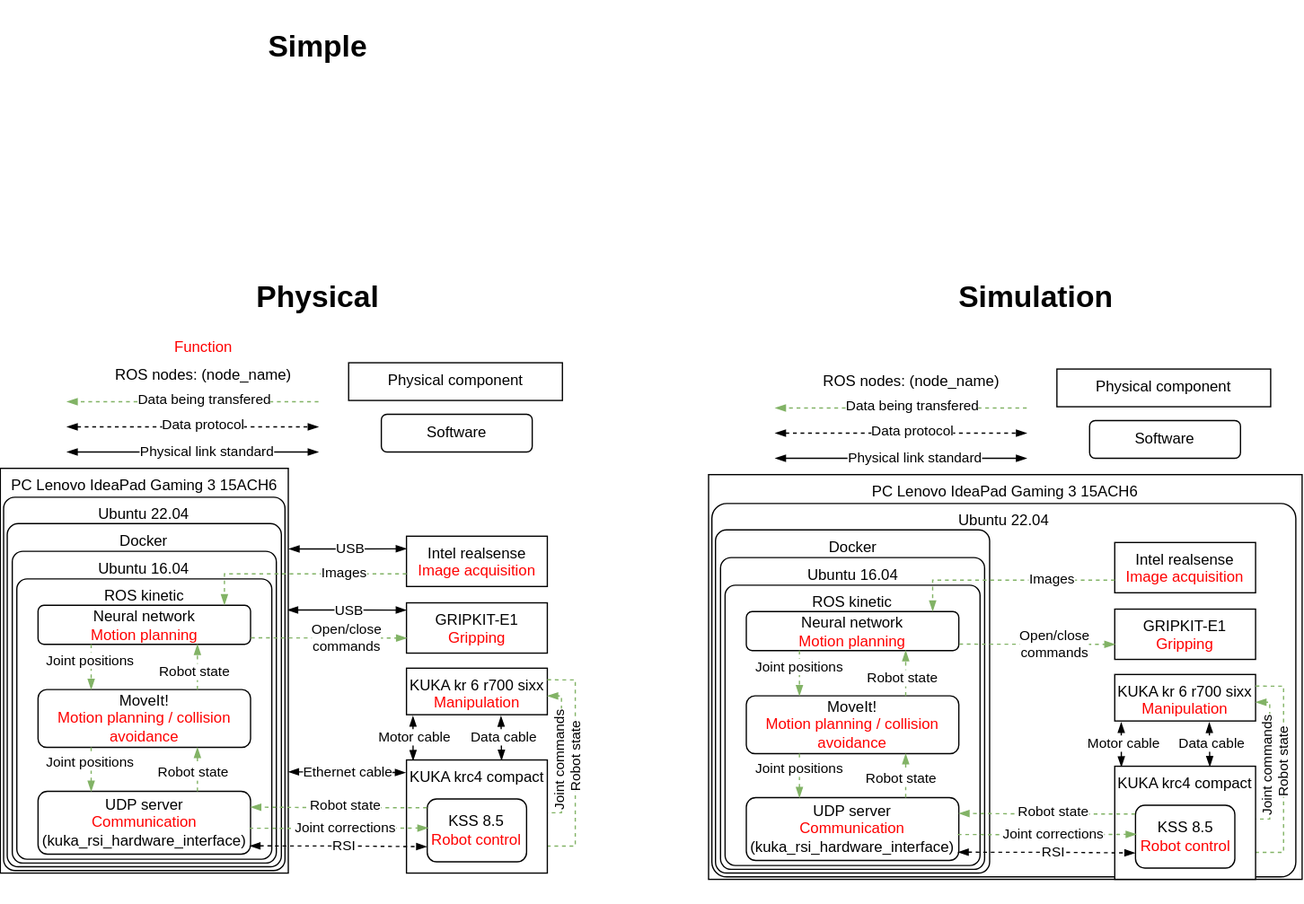
kasperfg16/p8_sewbot keeps this draw.io diagram as system_architecture.drawio.svg. Above is the earlier version. Source tidied: cells renumbered, new cells last; positions are measured from the earlier drawing's top-left corner, leaving out a move shared by most shapes.
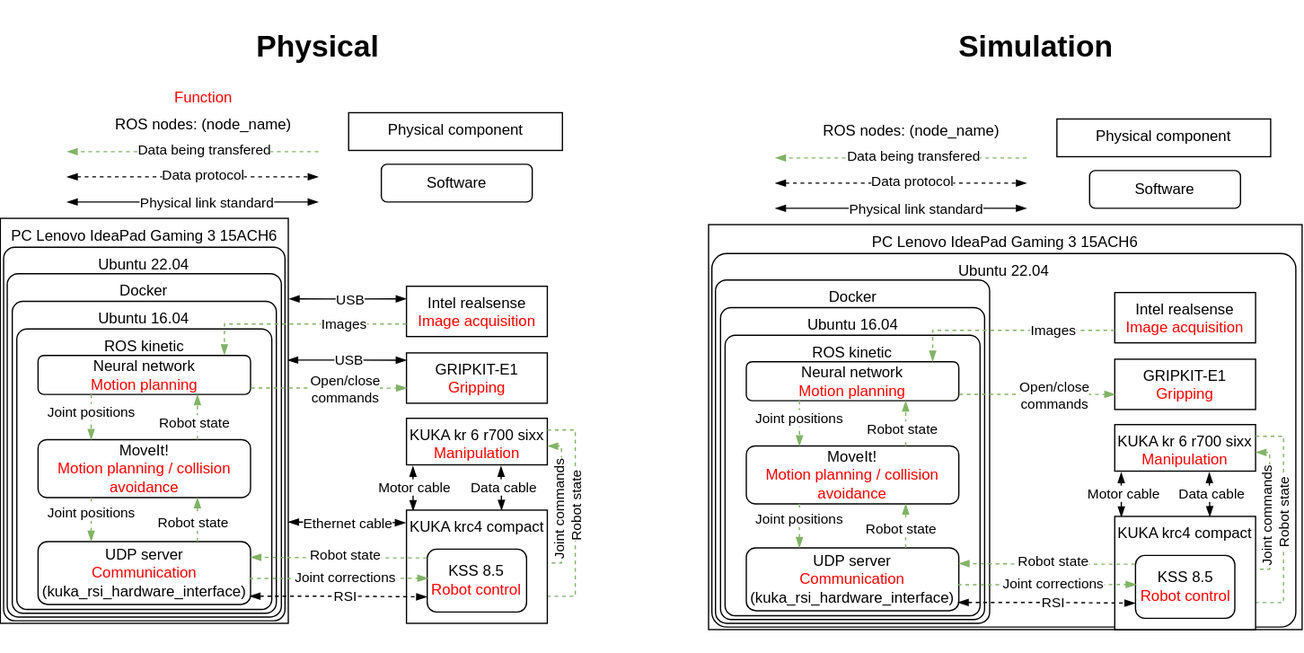
Later version of the same file.

What changed in the source:
```diff
@@ -124,9 +124,6 @@
         <mxPoint x="-1" y="-24" as="offset" />
       </mxGeometry>
     </mxCell>
-    <mxCell id="30" value="&lt;h1&gt;Simple&lt;/h1&gt;" style="text;html=1;align=center;verticalAlign=middle;strokeColor=none;fillColor=none;" parent="1" vertex="1">
-      <mxGeometry x="203" width="97" height="73" as="geometry" />
-    </mxCell>
     <mxCell id="31" value="&lt;h1&gt;Physical&lt;/h1&gt;" style="text;html=1;align=center;verticalAlign=middle;strokeColor=none;fillColor=none;" parent="1" vertex="1">
       <mxGeometry x="194" y="199" width="115" height="73" as="geometry" />
     </mxCell>
```
